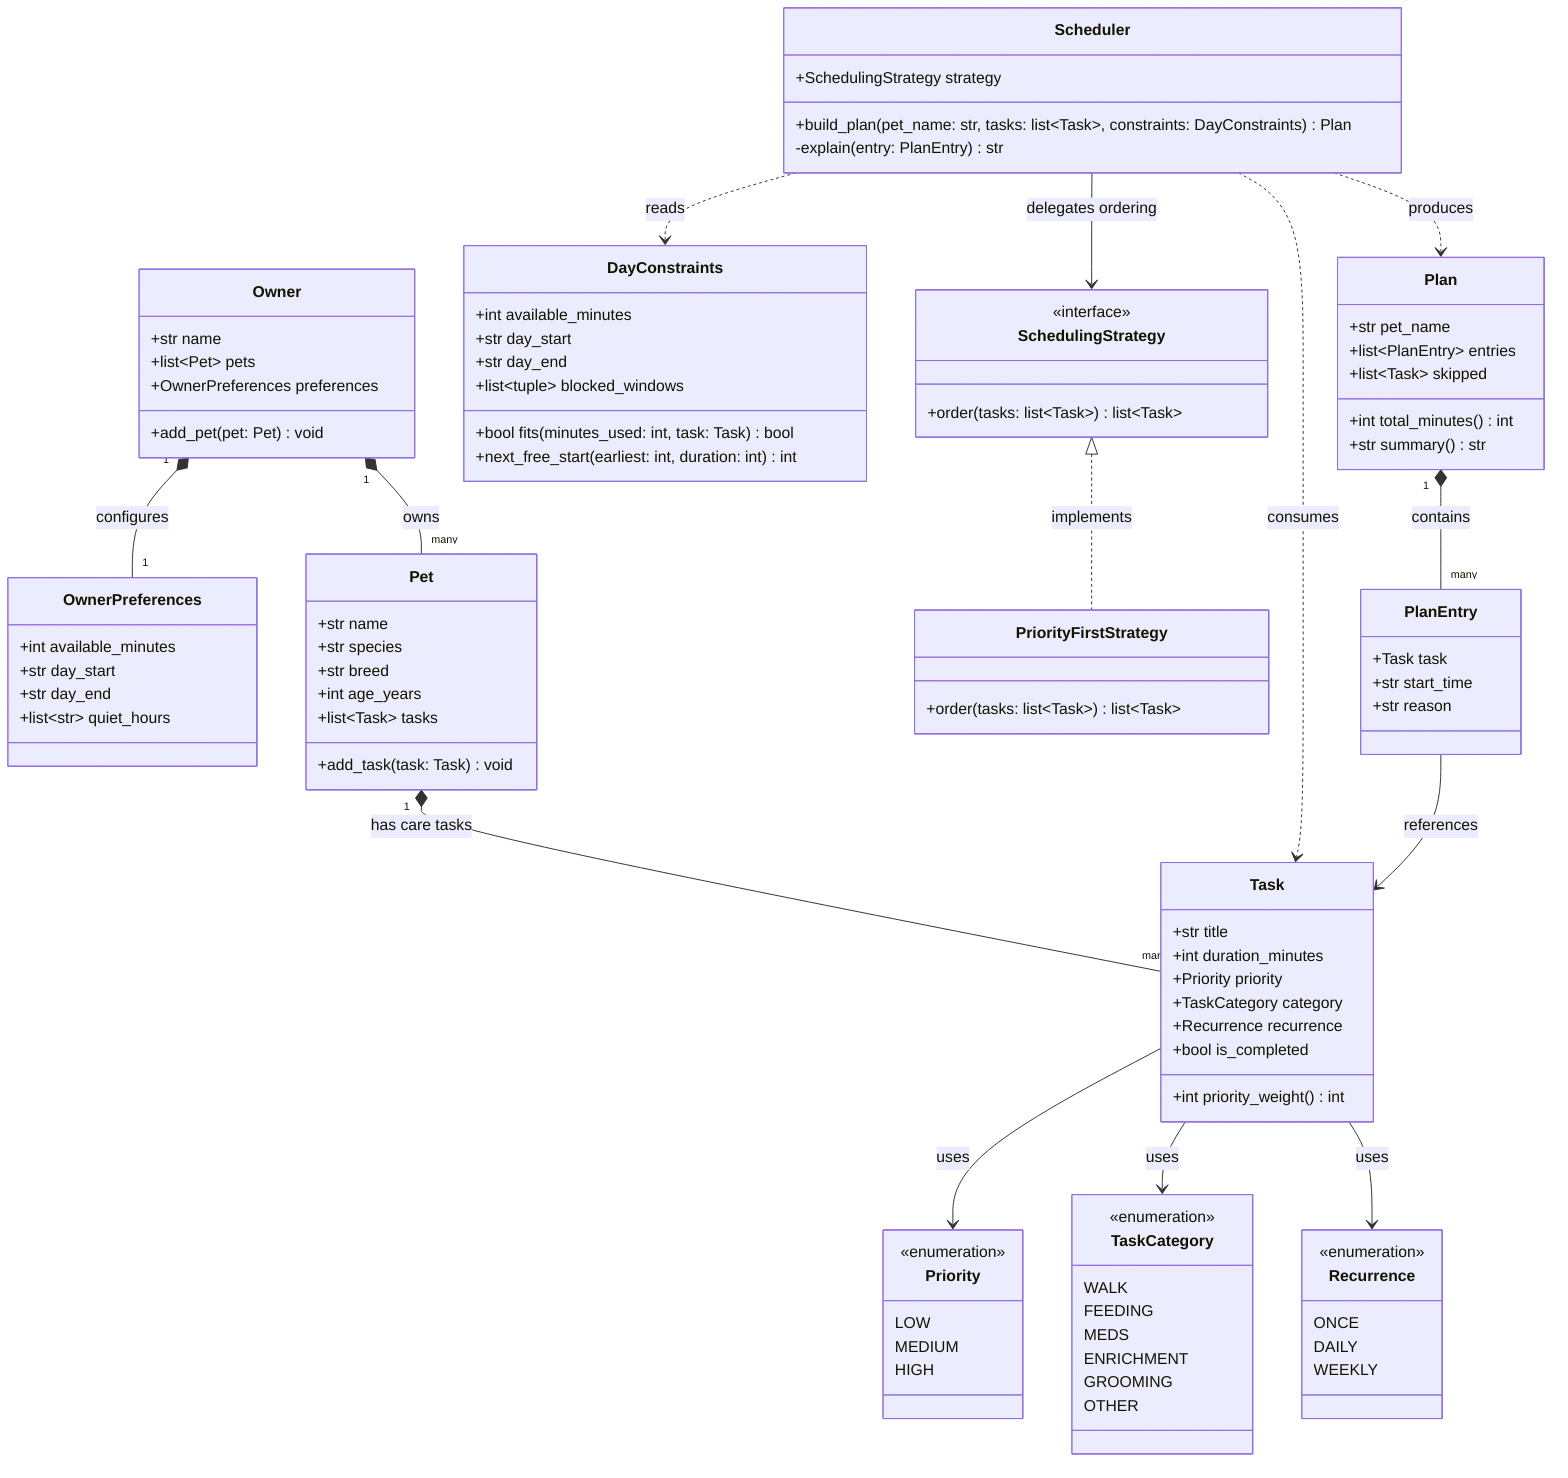
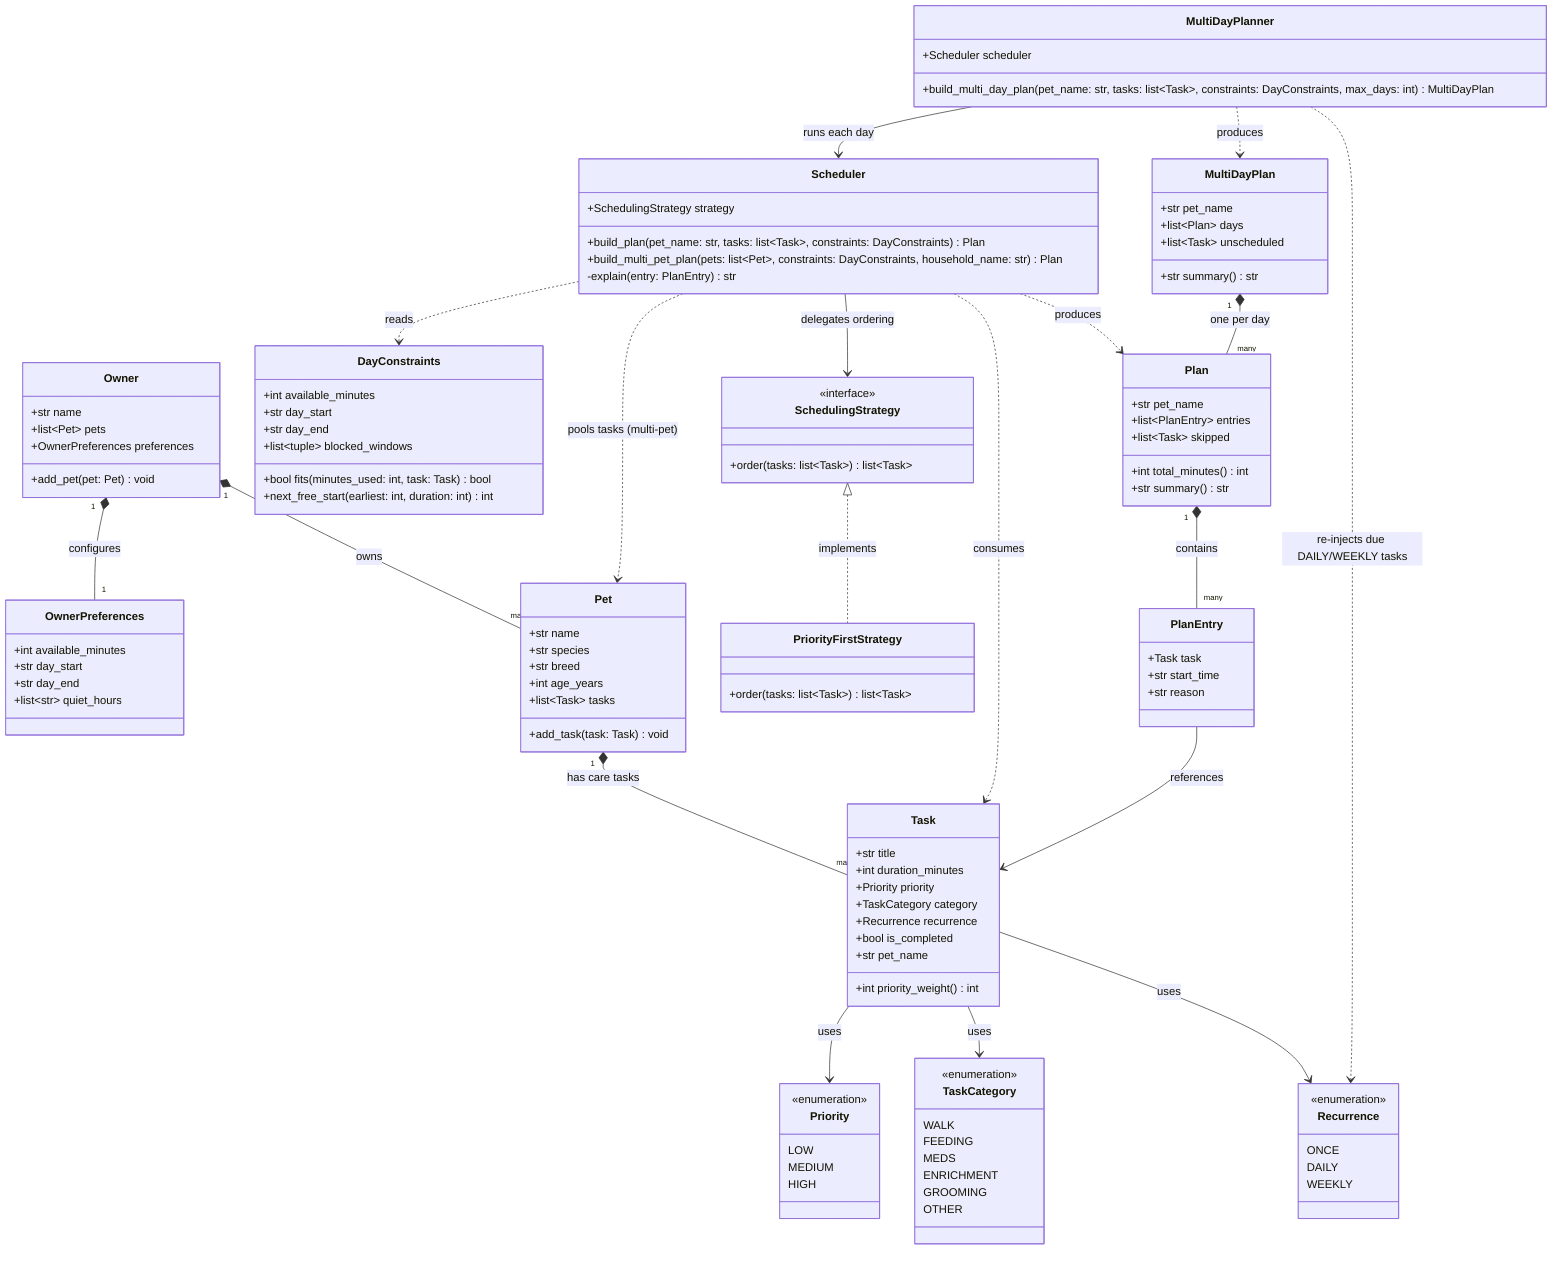
classDiagram
    %% PawPal+ domain model
    %% Design principle: keep entities as plain data holders; put scheduling
    %% behavior in a dedicated Scheduler service so the logic is testable in
    %% isolation and swappable via a strategy.

    %% ---------- Value objects (closed sets) ----------
    class Priority {
        <<enumeration>>
        LOW
        MEDIUM
        HIGH
    }

    class TaskCategory {
        <<enumeration>>
        WALK
        FEEDING
        MEDS
        ENRICHMENT
        GROOMING
        OTHER
    }

    class Recurrence {
        <<enumeration>>
        ONCE
        DAILY
        WEEKLY
    }

    %% ---------- Entities ----------
    class Owner {
        +str name
        +list~Pet~ pets
        +OwnerPreferences preferences
        +add_pet(pet: Pet) void
    }

    class OwnerPreferences {
        +int available_minutes
        +str day_start
        +str day_end
        +list~str~ quiet_hours
    }

    class Pet {
        +str name
        +str species
        +str breed
        +int age_years
        +list~Task~ tasks
        +add_task(task: Task) void
    }

    class Task {
        +str title
        +int duration_minutes
        +Priority priority
        +TaskCategory category
        +Recurrence recurrence
        +bool is_completed
+         +str pet_name
        +int priority_weight() int
    }

    %% ---------- Constraints passed into scheduling ----------
    class DayConstraints {
        +int available_minutes
        +str day_start
        +str day_end
        +list~tuple~ blocked_windows
        +bool fits(minutes_used: int, task: Task) bool
        +next_free_start(earliest: int, duration: int) int
    }

    %% ---------- Scheduling engine (Strategy pattern) ----------
    class SchedulingStrategy {
        <<interface>>
        +order(tasks: list~Task~) list~Task~
    }

    class PriorityFirstStrategy {
        +order(tasks: list~Task~) list~Task~
    }

    class Scheduler {
        +SchedulingStrategy strategy
        +build_plan(pet_name: str, tasks: list~Task~, constraints: DayConstraints) Plan
+         +build_multi_pet_plan(pets: list~Pet~, constraints: DayConstraints, household_name: str) Plan
        -explain(entry: PlanEntry) str
    }

    %% ---------- Output ----------
    class Plan {
        +str pet_name
        +list~PlanEntry~ entries
        +list~Task~ skipped
        +int total_minutes() int
        +str summary() str
    }

    class PlanEntry {
        +Task task
        +str start_time
        +str reason
    }

+     %% ---------- Multi-day planning (carry-over + max_days cap) ----------
+     class MultiDayPlanner {
+         +Scheduler scheduler
+         +build_multi_day_plan(pet_name: str, tasks: list~Task~, constraints: DayConstraints, max_days: int) MultiDayPlan
+     }
+ 
+     class MultiDayPlan {
+         +str pet_name
+         +list~Plan~ days
+         +list~Task~ unscheduled
+         +str summary() str
+     }
+ 
    %% ---------- Relationships ----------
    Owner "1" *-- "many" Pet : owns
    Owner "1" *-- "1" OwnerPreferences : configures
    Pet "1" *-- "many" Task : has care tasks

    Task --> Priority : uses
    Task --> TaskCategory : uses
    Task --> Recurrence : uses

    Scheduler --> SchedulingStrategy : delegates ordering
    SchedulingStrategy <|.. PriorityFirstStrategy : implements
    Scheduler ..> DayConstraints : reads
    Scheduler ..> Task : consumes
+     Scheduler ..> Pet : pools tasks (multi-pet)
    Scheduler ..> Plan : produces

    Plan "1" *-- "many" PlanEntry : contains
    PlanEntry --> Task : references
+ 
+     MultiDayPlanner --> Scheduler : runs each day
+     MultiDayPlanner ..> MultiDayPlan : produces
+     MultiDayPlanner ..> Recurrence : re-injects due DAILY/WEEKLY tasks
+     MultiDayPlan "1" *-- "many" Plan : one per day
